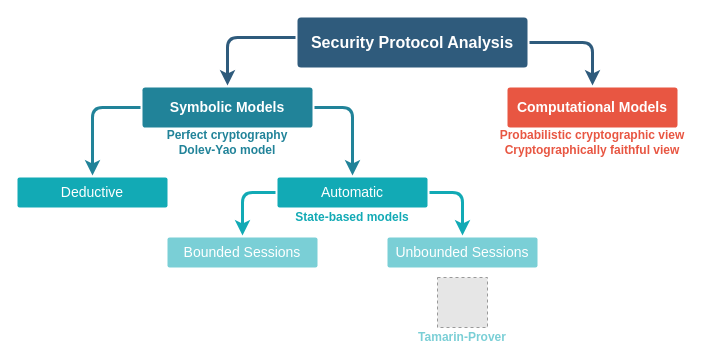
Above: images_source/symbolic-computational-model.drawio in AlessandroZanatta/Bachelor-Thesis (draw.io), before the change. Source tidied: cells renumbered, new cells numbered last; positions are measured from the earlier drawing's top-left corner, leaving out a move shared by most shapes. Both pictures are drawn from the tidied source at 100%, with x=0, y=0 at pixel (17, 17). Pictures stored in the file or linked from it are replaced by grey dashed boxes.
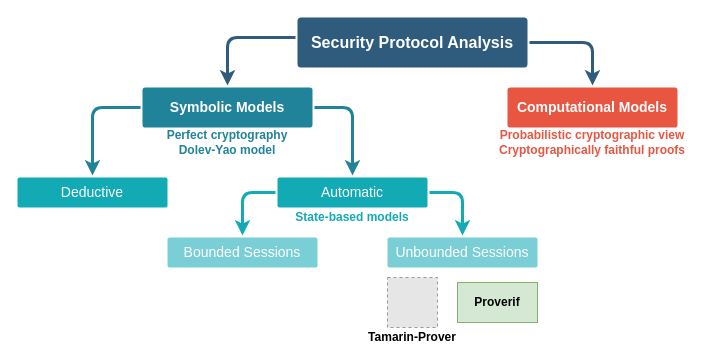
The same page after the edit.

The edit, as a diff of the source:
```diff
@@
-    <mxCell id="12" value="&lt;div&gt;Probabilistic cryptographic view&lt;br&gt;&lt;/div&gt;&lt;div&gt;Cryptographically faithful view&lt;/div&gt;" style="text;html=1;strokeColor=none;fillColor=none;align=center;verticalAlign=middle;whiteSpace=wrap;rounded=0;fontStyle=1;fontColor=#E85642;" parent="1" vertex="1">
+    <mxCell id="12" value="&lt;div&gt;Probabilistic cryptographic view&lt;br&gt;&lt;/div&gt;&lt;div&gt;Cryptographically faithful proofs&lt;/div&gt;" style="text;html=1;strokeColor=none;fillColor=none;align=center;verticalAlign=middle;whiteSpace=wrap;rounded=0;fontStyle=1;fontColor=#E85642;" parent="1" vertex="1">
       <mxGeometry x="480" y="110" width="190" height="30" as="geometry" />
     </mxCell>
@@
     <mxCell id="17" style="fillColor=#E6E6E6;strokeColor=#999999;dashed=1;verticalLabelPosition=bottom;verticalAlign=top;fontColor=#000000;html=1;" parent="1" vertex="1">
-      <mxGeometry x="420" y="260" width="50" height="50" as="geometry" />
+      <mxGeometry x="370" y="260" width="50" height="50" as="geometry" />
     </mxCell>
@@
-    <mxCell id="19" value="Tamarin-Prover" style="text;html=1;align=center;verticalAlign=middle;whiteSpace=wrap;rounded=0;fontStyle=1;fontColor=#7ACFD6;" parent="1" vertex="1">
-      <mxGeometry x="355" y="310" width="180" height="20" as="geometry" />
+    <mxCell id="19" value="Tamarin-Prover" style="text;html=1;align=center;verticalAlign=middle;whiteSpace=wrap;rounded=0;fontStyle=1;" parent="1" vertex="1">
+      <mxGeometry x="350" y="310" width="90" height="20" as="geometry" />
     </mxCell>
+    <mxCell id="20" value="&lt;div&gt;Proverif&lt;/div&gt;" style="html=1;whiteSpace=wrap;fontStyle=1;fillColor=#d5e8d4;strokeColor=#82b366;" parent="1" vertex="1">
+      <mxGeometry x="440" y="265" width="80" height="40" as="geometry" />
+    </mxCell>
```
